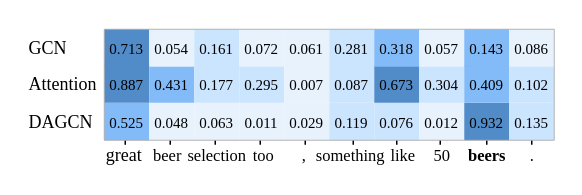
Before: case study.drawio in zhaicao/images, a draw.io diagram. Source tidied: cells renumbered, new cells numbered last; positions are measured from the earlier drawing's top-left corner, leaving out a move shared by most shapes. Both pictures are drawn from the tidied source at 150%, with x=0, y=0 at pixel (26, 26).
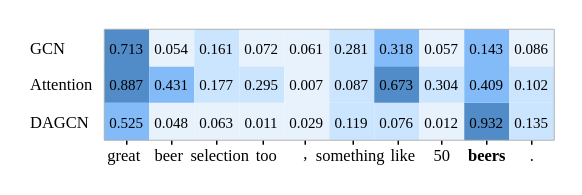
The same page after the edit.

Diff of the diagram source:
```diff
@@
     <mxCell id="12" value="&lt;font style=&quot;font-size: 11px;&quot;&gt;beer&lt;/font&gt;" style="text;html=1;align=center;verticalAlign=bottom;strokeColor=none;fillColor=none;fontSize=11;fontFamily=Times New Roman;" parent="1" vertex="1">
-      <mxGeometry x="74" y="65" width="40" height="30" as="geometry" />
+      <mxGeometry x="75" y="65" width="40" height="30" as="geometry" />
     </mxCell>
     <mxCell id="13" value="&lt;font style=&quot;font-size: 11px;&quot;&gt;selection&lt;/font&gt;" style="text;html=1;align=center;verticalAlign=bottom;strokeColor=none;fillColor=none;fontSize=11;fontFamily=Times New Roman;" parent="1" vertex="1">
-      <mxGeometry x="97" y="65" width="60" height="30" as="geometry" />
+      <mxGeometry x="99" y="65" width="60" height="30" as="geometry" />
     </mxCell>
     <mxCell id="14" value="&lt;font style=&quot;font-size: 11px;&quot;&gt;too&lt;/font&gt;" style="text;html=1;align=center;verticalAlign=bottom;strokeColor=none;fillColor=none;fontSize=11;fontFamily=Times New Roman;" parent="1" vertex="1">
-      <mxGeometry x="138" y="65" width="40" height="30" as="geometry" />
+      <mxGeometry x="140" y="65" width="40" height="30" as="geometry" />
     </mxCell>
     <mxCell id="15" value="&lt;font style=&quot;font-size: 11px;&quot;&gt;,&lt;/font&gt;" style="text;html=1;align=center;verticalAlign=bottom;strokeColor=none;fillColor=none;fontSize=11;fontFamily=Times New Roman;" parent="1" vertex="1">
-      <mxGeometry x="170" y="65" width="30" height="30" as="geometry" />
+      <mxGeometry x="171" y="64" width="30" height="30" as="geometry" />
     </mxCell>
@@
-    <mxCell id="41" value="DAGCN" style="text;html=1;align=left;verticalAlign=middle;strokeColor=none;fillColor=none;fontSize=12;fontFamily=Times New Roman;" parent="1" vertex="1">
-      <mxGeometry y="48.5" width="70" height="30" as="geometry" />
+    <mxCell id="41" value="DAGCN" style="text;html=1;align=left;verticalAlign=middle;strokeColor=none;fillColor=none;fontSize=11;fontFamily=Times New Roman;" parent="1" vertex="1">
+      <mxGeometry x="1" y="48.5" width="60" height="30" as="geometry" />
     </mxCell>
-    <mxCell id="42" value="GCN" style="text;html=1;align=left;verticalAlign=middle;strokeColor=none;fillColor=none;fontSize=12;fontFamily=Times New Roman;" parent="1" vertex="1">
-      <mxGeometry y="-0.5" width="50" height="30" as="geometry" />
+    <mxCell id="42" value="GCN" style="text;html=1;align=left;verticalAlign=middle;strokeColor=none;fillColor=none;fontSize=11;fontFamily=Times New Roman;" parent="1" vertex="1">
+      <mxGeometry x="1" y="-0.5" width="50" height="30" as="geometry" />
     </mxCell>
-    <mxCell id="43" value="Attention" style="text;html=1;align=left;verticalAlign=middle;strokeColor=none;fillColor=none;fontSize=12;fontFamily=Times New Roman;" parent="1" vertex="1">
-      <mxGeometry y="23.5" width="70" height="30" as="geometry" />
+    <mxCell id="43" value="Attention" style="text;html=1;align=left;verticalAlign=middle;strokeColor=none;fillColor=none;fontSize=11;fontFamily=Times New Roman;" parent="1" vertex="1">
+      <mxGeometry x="1" y="23.5" width="70" height="30" as="geometry" />
     </mxCell>
-    <mxCell id="44" value="&lt;font style=&quot;font-size: 12px;&quot;&gt;great&lt;/font&gt;" style="text;html=1;align=center;verticalAlign=bottom;strokeColor=none;fillColor=none;fontSize=12;fontFamily=Times New Roman;rotation=0;" parent="1" vertex="1">
+    <mxCell id="44" value="&lt;font style=&quot;font-size: 11px;&quot;&gt;great&lt;/font&gt;" style="text;html=1;align=center;verticalAlign=bottom;strokeColor=none;fillColor=none;fontSize=11;fontFamily=Times New Roman;rotation=0;" parent="1" vertex="1">
       <mxGeometry x="40" y="65" width="50" height="30" as="geometry" />
     </mxCell>
     <mxCell id="45" style="endArrow=none;html=1;rounded=0;fontFamily=Times New Roman;fontSize=11;verticalAlign=bottom;" parent="1" edge="1">
       <mxGeometry relative="1" as="geometry">
-        <mxPoint x="96" y="79" as="sourcePoint" />
-        <mxPoint x="96" y="76" as="targetPoint" />
+        <mxPoint x="97" y="79" as="sourcePoint" />
+        <mxPoint x="97" y="76" as="targetPoint" />
       </mxGeometry>
     </mxCell>
     <mxCell id="46" style="endArrow=none;html=1;rounded=0;fontFamily=Times New Roman;fontSize=11;verticalAlign=bottom;" parent="1" edge="1">
       <mxGeometry relative="1" as="geometry">
-        <mxPoint x="126" y="79" as="sourcePoint" />
-        <mxPoint x="126" y="76" as="targetPoint" />
+        <mxPoint x="127" y="79" as="sourcePoint" />
+        <mxPoint x="127" y="76" as="targetPoint" />
       </mxGeometry>
     </mxCell>
     <mxCell id="47" style="endArrow=none;html=1;rounded=0;fontFamily=Times New Roman;fontSize=11;verticalAlign=bottom;" parent="1" edge="1">
       <mxGeometry relative="1" as="geometry">
-        <mxPoint x="156" y="79" as="sourcePoint" />
-        <mxPoint x="156" y="76" as="targetPoint" />
+        <mxPoint x="158" y="79" as="sourcePoint" />
+        <mxPoint x="158" y="76" as="targetPoint" />
       </mxGeometry>
     </mxCell>
@@
     <mxCell id="50" style="endArrow=none;html=1;rounded=0;fontFamily=Times New Roman;fontSize=11;verticalAlign=bottom;" parent="1" edge="1">
       <mxGeometry relative="1" as="geometry">
-        <mxPoint x="247" y="79" as="sourcePoint" />
-        <mxPoint x="247" y="76" as="targetPoint" />
+        <mxPoint x="248" y="79" as="sourcePoint" />
+        <mxPoint x="248" y="76" as="targetPoint" />
       </mxGeometry>
     </mxCell>
     <mxCell id="51" style="endArrow=none;html=1;rounded=0;fontFamily=Times New Roman;fontSize=11;verticalAlign=bottom;" parent="1" edge="1">
       <mxGeometry relative="1" as="geometry">
-        <mxPoint x="276" y="79" as="sourcePoint" />
-        <mxPoint x="276" y="76" as="targetPoint" />
+        <mxPoint x="277" y="79" as="sourcePoint" />
+        <mxPoint x="277" y="76" as="targetPoint" />
       </mxGeometry>
     </mxCell>
@@
     <mxCell id="53" style="endArrow=none;html=1;rounded=0;fontFamily=Times New Roman;fontSize=11;verticalAlign=bottom;" parent="1" edge="1">
       <mxGeometry relative="1" as="geometry">
-        <mxPoint x="66" y="79" as="sourcePoint" />
-        <mxPoint x="66" y="76" as="targetPoint" />
+        <mxPoint x="67" y="79" as="sourcePoint" />
+        <mxPoint x="67" y="76" as="targetPoint" />
       </mxGeometry>
     </mxCell>
```
